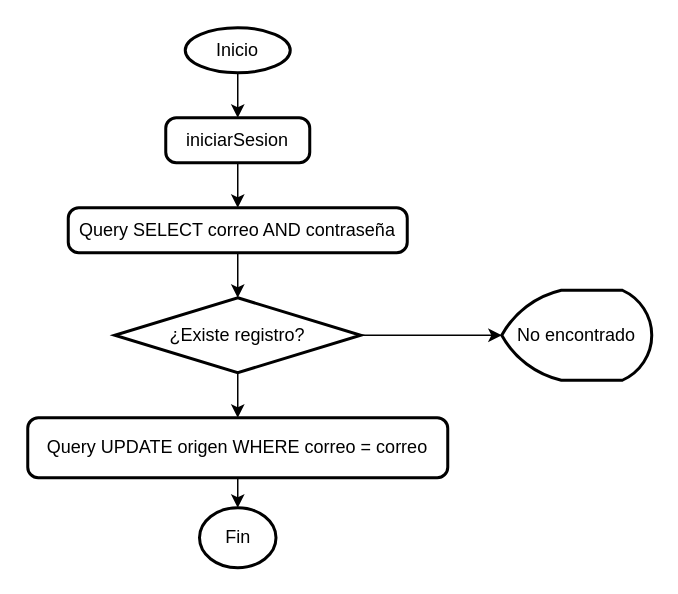
Above: API_GENIOS/Iniciar_Sesion.drawio in juan-tm/DIAGRAMAS (draw.io), before the change. Source tidied: cells renumbered, new cells numbered last; positions are measured from the earlier drawing's top-left corner, leaving out a move shared by most shapes. Both pictures are drawn from the tidied source at 150%, with x=0, y=0 at pixel (27, 27).
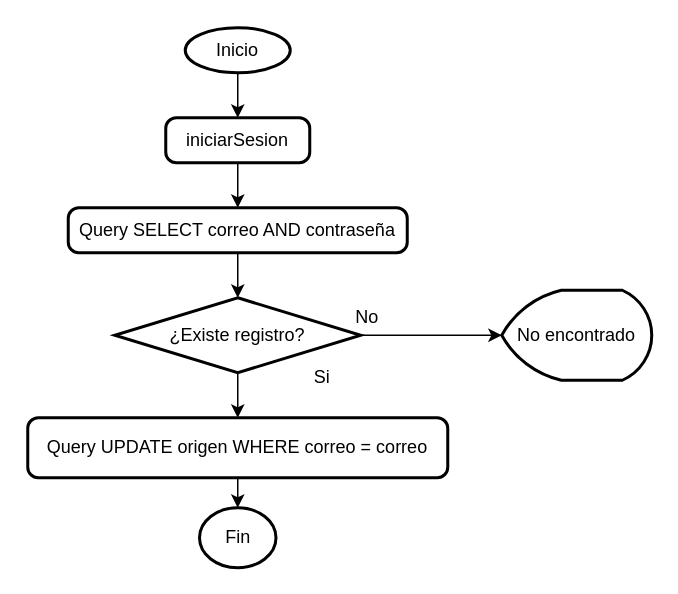
Above is the later version.

The edit, as a diff of the source:
```diff
@@
 <mxGraphModel>
   <root>
     <mxCell id="0" />
     <mxCell id="1" parent="0" />
     <mxCell id="2" style="edgeStyle=orthogonalEdgeStyle;rounded=0;jettySize=auto;html=1;exitX=0.5;exitY=1;exitDx=0;exitDy=0;exitPerimeter=0;entryX=0.5;entryY=0;entryDx=0;entryDy=0;" parent="1" edge="1" source="3" target="5">
       <mxGeometry relative="1" as="geometry" />
     </mxCell>
     <mxCell id="3" value="Inicio" style="strokeWidth=2;html=1;shape=mxgraph.flowchart.start_1;whiteSpace=wrap;" parent="1" vertex="1">
       <mxGeometry x="105" width="70" height="30" as="geometry" />
     </mxCell>
     <mxCell id="4" style="edgeStyle=orthogonalEdgeStyle;rounded=0;jettySize=auto;html=1;exitX=0.5;exitY=1;exitDx=0;exitDy=0;entryX=0.5;entryY=0;entryDx=0;entryDy=0;" parent="1" edge="1" source="5" target="6">
       <mxGeometry relative="1" as="geometry" />
     </mxCell>
     <mxCell id="5" value="iniciarSesion" style="rounded=1;whiteSpace=wrap;html=1;absoluteArcSize=1;arcSize=14;strokeWidth=2;" parent="1" vertex="1">
       <mxGeometry x="92" y="60" width="96" height="30" as="geometry" />
     </mxCell>
     <mxCell id="6" value="Query SELECT correo AND contraseña" style="rounded=1;whiteSpace=wrap;html=1;absoluteArcSize=1;arcSize=14;strokeWidth=2;" parent="1" vertex="1">
       <mxGeometry x="27" y="120" width="226" height="30" as="geometry" />
     </mxCell>
     <mxCell id="7" style="edgeStyle=orthogonalEdgeStyle;rounded=0;jettySize=auto;html=1;exitX=0.5;exitY=1;exitDx=0;exitDy=0;exitPerimeter=0;entryX=0.5;entryY=0;entryDx=0;entryDy=0;" parent="1" edge="1" source="8" target="10">
       <mxGeometry relative="1" as="geometry" />
     </mxCell>
     <mxCell id="8" value="¿Existe registro?" style="strokeWidth=2;html=1;shape=mxgraph.flowchart.decision;whiteSpace=wrap;" parent="1" vertex="1">
       <mxGeometry x="58" y="180" width="164" height="50" as="geometry" />
     </mxCell>
     <mxCell id="9" value="No encontrado" style="strokeWidth=2;html=1;shape=mxgraph.flowchart.display;whiteSpace=wrap;" parent="1" vertex="1">
       <mxGeometry x="316" y="175" width="100" height="60" as="geometry" />
     </mxCell>
     <mxCell id="10" value="Query UPDATE origen WHERE correo = correo" style="rounded=1;whiteSpace=wrap;html=1;absoluteArcSize=1;arcSize=14;strokeWidth=2;" parent="1" vertex="1">
       <mxGeometry y="260" width="280" height="40" as="geometry" />
     </mxCell>
     <mxCell id="11" value="Fin" style="strokeWidth=2;html=1;shape=mxgraph.flowchart.start_1;whiteSpace=wrap;" parent="1" vertex="1">
       <mxGeometry x="114.5" y="320" width="51" height="40" as="geometry" />
     </mxCell>
     <mxCell id="12" style="edgeStyle=orthogonalEdgeStyle;rounded=0;jettySize=auto;html=1;exitX=0.5;exitY=1;exitDx=0;exitDy=0;entryX=0.5;entryY=0;entryDx=0;entryDy=0;entryPerimeter=0;" parent="1" edge="1" source="6" target="8">
       <mxGeometry relative="1" as="geometry" />
     </mxCell>
     <mxCell id="13" style="edgeStyle=orthogonalEdgeStyle;rounded=0;jettySize=auto;html=1;exitX=0.5;exitY=1;exitDx=0;exitDy=0;entryX=0.5;entryY=0;entryDx=0;entryDy=0;entryPerimeter=0;" parent="1" edge="1" source="10" target="11">
       <mxGeometry relative="1" as="geometry" />
     </mxCell>
     <mxCell id="14" style="edgeStyle=orthogonalEdgeStyle;rounded=0;jettySize=auto;html=1;exitX=1;exitY=0.5;exitDx=0;exitDy=0;exitPerimeter=0;entryX=0;entryY=0.5;entryDx=0;entryDy=0;entryPerimeter=0;" parent="1" edge="1" source="8" target="9">
       <mxGeometry relative="1" as="geometry" />
     </mxCell>
+    <mxCell id="15" value="Si" style="text;html=1;align=center;verticalAlign=middle;strokeColor=none;fillColor=none;rotation=0;" parent="1" vertex="1">
+      <mxGeometry x="181" y="218" width="30" height="30" as="geometry" />
+    </mxCell>
+    <mxCell id="16" value="No" style="text;html=1;align=center;verticalAlign=middle;strokeColor=none;fillColor=none;" parent="1" vertex="1">
+      <mxGeometry x="206" y="178" width="40" height="30" as="geometry" />
+    </mxCell>
   </root>
 </mxGraphModel>
```
